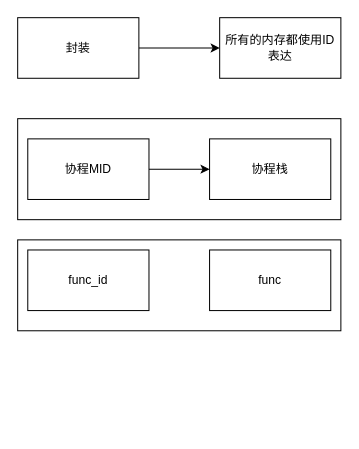
This is boost_context.drawio from junpfeng/UE, a draw.io file, before an edit. Source tidied: cells renumbered, new cells numbered last; positions are measured from the earlier drawing's top-left corner, leaving out a move shared by most shapes. Both pictures are drawn from the tidied source at 101%, with x=0, y=0 at pixel (17, 17).
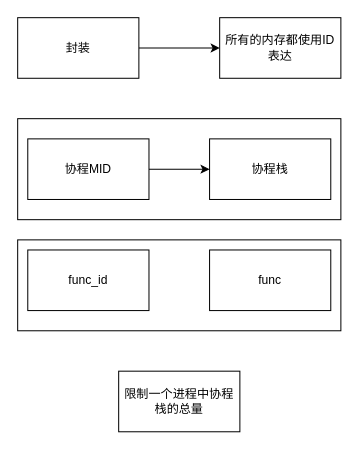
Above is the later version.

Change to the diagram source:
```diff
@@
 <mxGraphModel>
   <root>
     <mxCell id="0" />
     <mxCell id="1" parent="0" />
     <mxCell id="2" value="协程栈" style="rounded=0;whiteSpace=wrap;html=1;" parent="1" vertex="1">
       <mxGeometry x="190" y="120" width="120" height="60" as="geometry" />
     </mxCell>
     <mxCell id="3" style="edgeStyle=orthogonalEdgeStyle;rounded=0;jettySize=auto;html=1;" parent="1" edge="1" source="4" target="2">
       <mxGeometry relative="1" as="geometry" />
     </mxCell>
     <mxCell id="4" value="协程MID" style="rounded=0;whiteSpace=wrap;html=1;" parent="1" vertex="1">
       <mxGeometry x="10" y="120" width="120" height="60" as="geometry" />
     </mxCell>
     <mxCell id="5" style="rounded=0;whiteSpace=wrap;html=1;fillColor=none;" parent="1" vertex="1">
       <mxGeometry y="100" width="320" height="100" as="geometry" />
     </mxCell>
     <mxCell id="6" value="func" style="rounded=0;whiteSpace=wrap;html=1;" parent="1" vertex="1">
       <mxGeometry x="190" y="230" width="120" height="60" as="geometry" />
     </mxCell>
     <mxCell id="7" value="func_id" style="rounded=0;whiteSpace=wrap;html=1;" parent="1" vertex="1">
       <mxGeometry x="10" y="230" width="120" height="60" as="geometry" />
     </mxCell>
     <mxCell id="8" style="edgeStyle=orthogonalEdgeStyle;rounded=0;jettySize=auto;html=1;" parent="1" edge="1" source="9" target="10">
       <mxGeometry relative="1" as="geometry" />
     </mxCell>
     <mxCell id="9" value="封装" style="rounded=0;whiteSpace=wrap;html=1;" parent="1" vertex="1">
       <mxGeometry width="120" height="60" as="geometry" />
     </mxCell>
     <mxCell id="10" value="所有的内存都使用ID表达" style="rounded=0;whiteSpace=wrap;html=1;" parent="1" vertex="1">
       <mxGeometry x="200" width="120" height="60" as="geometry" />
     </mxCell>
     <mxCell id="11" style="rounded=0;whiteSpace=wrap;html=1;fillColor=none;" parent="1" vertex="1">
       <mxGeometry y="220" width="320" height="90" as="geometry" />
     </mxCell>
+    <mxCell id="12" value="限制一个进程中协程栈的总量" style="rounded=0;whiteSpace=wrap;html=1;" parent="1" vertex="1">
+      <mxGeometry x="100" y="350" width="120" height="60" as="geometry" />
+    </mxCell>
   </root>
 </mxGraphModel>
```
